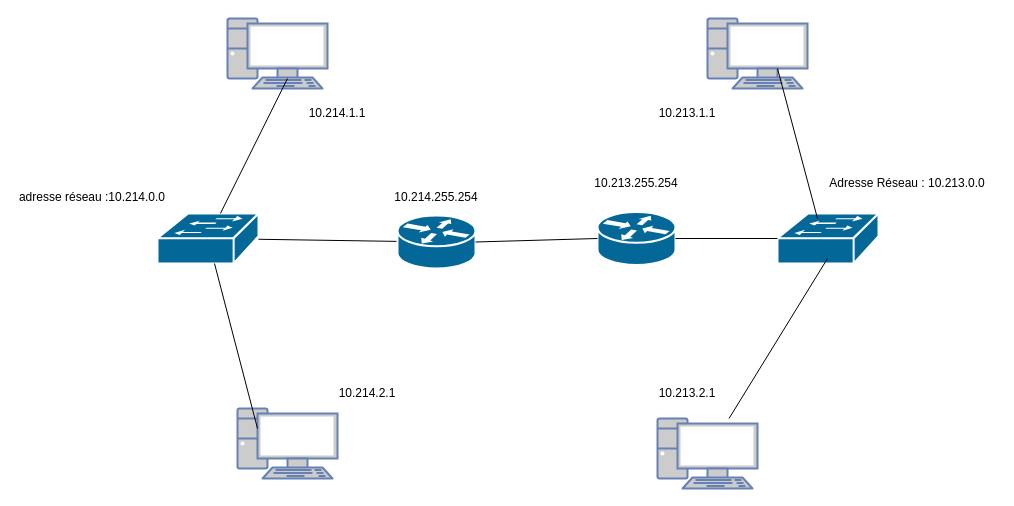
Before: Schéma.drawio in badreddinemimouni/SAE12-MussoArthur_MimouniBadr-Eddine, a draw.io diagram. Source tidied: cells renumbered, new cells numbered last; positions are measured from the earlier drawing's top-left corner, leaving out a move shared by most shapes. Both pictures are drawn from the tidied source at 100%, with x=0, y=0 at pixel (17, 18).
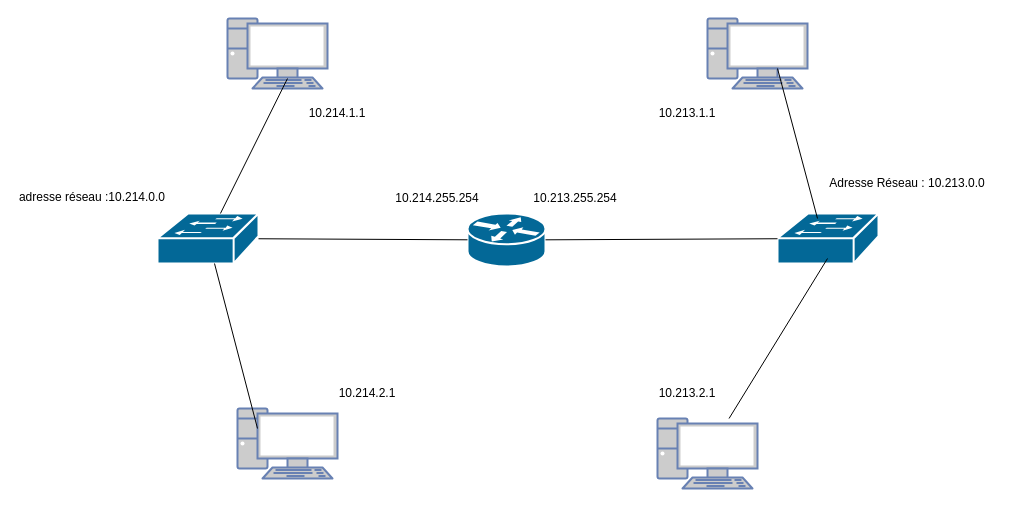
The same page after the edit.

Commit message (it also covers changes not shown here):
Schéma_Réseau

The change refers to these unchanged cells:
```xml
<mxCell id="4" style="shape=mxgraph.cisco.switches.workgroup_switch;html=1;dashed=0;fillColor=#036897;strokeColor=#ffffff;strokeWidth=2;verticalLabelPosition=bottom;verticalAlign=top;align=center;outlineConnect=0;" parent="1" vertex="1">
  <mxGeometry x="140" y="195" width="101" height="50" as="geometry" />
</mxCell>
```

Diff of the diagram source:
```diff
@@
     <mxCell id="2" style="shape=mxgraph.cisco.routers.router;sketch=0;html=1;dashed=0;fillColor=#036897;strokeColor=#ffffff;strokeWidth=2;verticalLabelPosition=bottom;verticalAlign=top;align=center;outlineConnect=0;" parent="1" vertex="1">
-      <mxGeometry x="580" y="193.5" width="78" height="53" as="geometry" />
+      <mxGeometry x="450" y="195" width="78" height="53" as="geometry" />
     </mxCell>
@@
-    <mxCell id="9" style="endArrow=none;html=1;rounded=0;" parent="1" edge="1" source="4" target="21">
+    <mxCell id="9" style="endArrow=none;html=1;rounded=0;" parent="1" edge="1" source="4" target="2">
       <mxGeometry relative="1" as="geometry" />
     </mxCell>
@@
-    <mxCell id="21" style="shape=mxgraph.cisco.routers.router;sketch=0;html=1;dashed=0;fillColor=#036897;strokeColor=#ffffff;strokeWidth=2;verticalLabelPosition=bottom;verticalAlign=top;align=center;outlineConnect=0;" parent="1" vertex="1">
-      <mxGeometry x="380" y="197" width="78" height="53" as="geometry" />
-    </mxCell>
-    <mxCell id="22" style="endArrow=none;html=1;rounded=0;entryX=0;entryY=0.5;entryDx=0;entryDy=0;entryPerimeter=0;exitX=1;exitY=0.5;exitDx=0;exitDy=0;exitPerimeter=0;" parent="1" edge="1" source="21" target="2">
-      <mxGeometry relative="1" as="geometry" />
-    </mxCell>
+    <mxCell id="24" value="10.213.255.254" style="text;strokeColor=none;align=center;fillColor=none;html=1;verticalAlign=middle;whiteSpace=wrap;rounded=0;" parent="1" vertex="1">
+      <mxGeometry x="528" y="165" width="60" height="30" as="geometry" />
+    </mxCell>
     <mxCell id="23" value="10.214.255.254" style="text;strokeColor=none;align=center;fillColor=none;html=1;verticalAlign=middle;whiteSpace=wrap;rounded=0;" parent="1" vertex="1">
-      <mxGeometry x="389" y="163.5" width="60" height="30" as="geometry" />
+      <mxGeometry x="390" y="165" width="60" height="30" as="geometry" />
     </mxCell>
-    <mxCell id="24" value="10.213.255.254" style="text;strokeColor=none;align=center;fillColor=none;html=1;verticalAlign=middle;whiteSpace=wrap;rounded=0;" parent="1" vertex="1">
-      <mxGeometry x="589" y="150" width="60" height="30" as="geometry" />
-    </mxCell>
```
